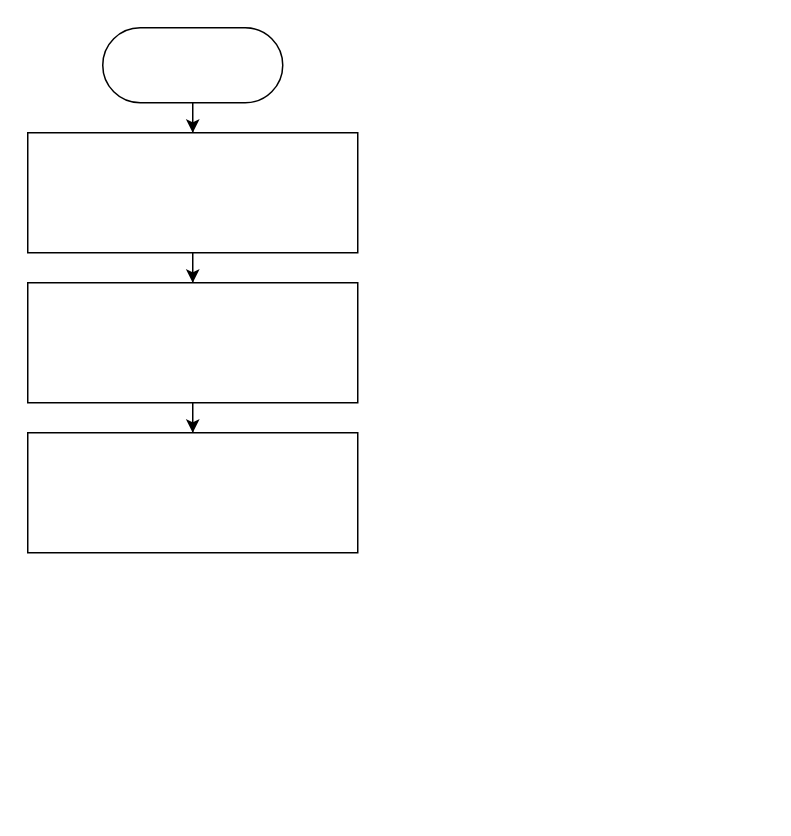
Earlier version of the draw.io diagram Untitled Diagram.drawio (YogabayuW/flowchart-proposal). Source tidied: cells renumbered, new cells numbered last; positions are measured from the earlier drawing's top-left corner, leaving out a move shared by most shapes. Both pictures are drawn from the tidied source at 150%, with x=0, y=0 at pixel (27, 27).
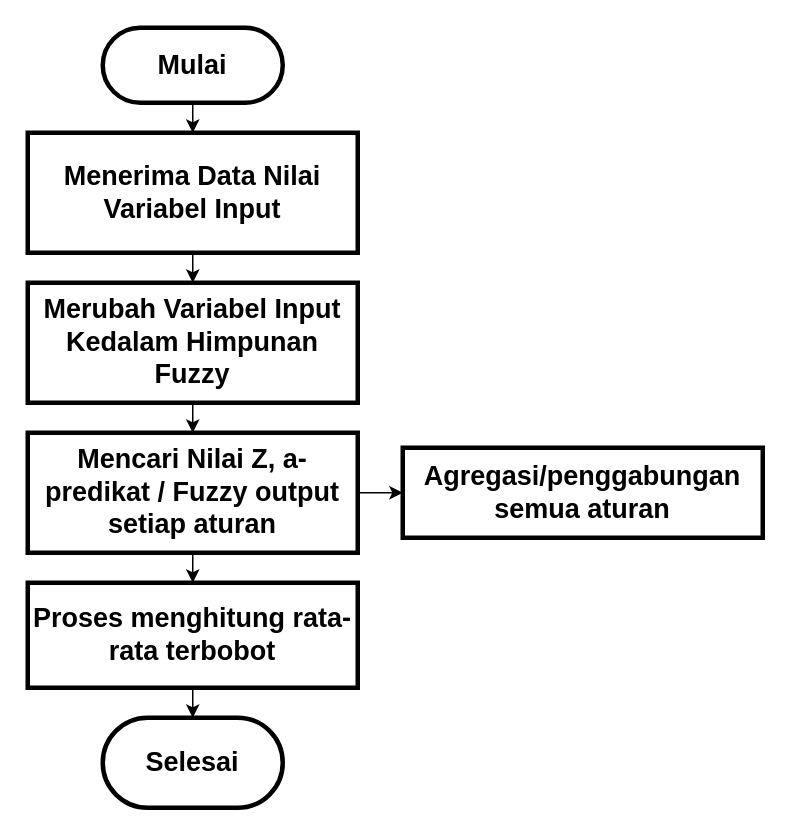
Above is the later version.

Change to the diagram source:
```diff
@@
 <mxGraphModel>
   <root>
     <mxCell id="0" />
     <mxCell id="1" parent="0" />
     <mxCell id="2" style="edgeStyle=orthogonalEdgeStyle;rounded=0;jettySize=auto;html=1;" parent="1" edge="1" source="3" target="5">
       <mxGeometry relative="1" as="geometry" />
     </mxCell>
-    <mxCell id="3" style="rounded=1;whiteSpace=wrap;html=1;arcSize=50;" parent="1" vertex="1">
+    <mxCell id="3" value="&lt;h2&gt;Mulai&lt;/h2&gt;" style="rounded=1;whiteSpace=wrap;html=1;arcSize=50;strokeWidth=3;" parent="1" vertex="1">
       <mxGeometry x="50" width="120" height="50" as="geometry" />
     </mxCell>
     <mxCell id="4" style="edgeStyle=orthogonalEdgeStyle;rounded=0;jettySize=auto;html=1;" parent="1" edge="1" source="5" target="7">
       <mxGeometry relative="1" as="geometry" />
     </mxCell>
-    <mxCell id="5" style="rounded=0;whiteSpace=wrap;html=1;" parent="1" vertex="1">
+    <mxCell id="5" value="&lt;h2&gt;Menerima Data Nilai Variabel Input&lt;/h2&gt;" style="rounded=0;whiteSpace=wrap;html=1;strokeWidth=3;" parent="1" vertex="1">
       <mxGeometry y="70" width="220" height="80" as="geometry" />
     </mxCell>
     <mxCell id="6" style="edgeStyle=orthogonalEdgeStyle;rounded=0;jettySize=auto;html=1;" parent="1" edge="1" source="7" target="8">
       <mxGeometry relative="1" as="geometry" />
     </mxCell>
-    <mxCell id="7" style="rounded=0;whiteSpace=wrap;html=1;" parent="1" vertex="1">
+    <mxCell id="7" value="&lt;h2&gt;Merubah Variabel Input Kedalam Himpunan Fuzzy&lt;/h2&gt;" style="rounded=0;whiteSpace=wrap;html=1;strokeWidth=3;" parent="1" vertex="1">
       <mxGeometry y="170" width="220" height="80" as="geometry" />
     </mxCell>
+    <mxCell id="9" style="edgeStyle=orthogonalEdgeStyle;rounded=0;jettySize=auto;html=1;" parent="1" edge="1" source="8" target="11">
+      <mxGeometry relative="1" as="geometry" />
+    </mxCell>
+    <mxCell id="10" style="edgeStyle=orthogonalEdgeStyle;rounded=0;jettySize=auto;html=1;" parent="1" edge="1" source="8" target="13">
+      <mxGeometry relative="1" as="geometry" />
+    </mxCell>
-    <mxCell id="8" style="rounded=0;whiteSpace=wrap;html=1;" parent="1" vertex="1">
+    <mxCell id="8" value="&lt;h2&gt;Mencari Nilai Z, a-predikat / Fuzzy output setiap aturan&lt;/h2&gt;" style="rounded=0;whiteSpace=wrap;html=1;strokeWidth=3;" parent="1" vertex="1">
       <mxGeometry y="270" width="220" height="80" as="geometry" />
     </mxCell>
+    <mxCell id="11" value="&lt;h2&gt;Agregasi/penggabungan semua aturan&lt;/h2&gt;" style="rounded=0;whiteSpace=wrap;html=1;strokeWidth=3;" parent="1" vertex="1">
+      <mxGeometry x="250" y="280" width="240" height="60" as="geometry" />
+    </mxCell>
+    <mxCell id="12" style="edgeStyle=orthogonalEdgeStyle;rounded=0;jettySize=auto;html=1;" parent="1" edge="1" source="13" target="14">
+      <mxGeometry relative="1" as="geometry" />
+    </mxCell>
+    <mxCell id="13" value="&lt;h2&gt;Proses menghitung rata-rata terbobot&lt;/h2&gt;" style="rounded=0;whiteSpace=wrap;html=1;strokeWidth=3;" parent="1" vertex="1">
+      <mxGeometry y="370" width="220" height="70" as="geometry" />
+    </mxCell>
+    <mxCell id="14" value="&lt;h2&gt;Selesai&lt;/h2&gt;" style="rounded=1;whiteSpace=wrap;html=1;arcSize=50;strokeWidth=3;" parent="1" vertex="1">
+      <mxGeometry x="50" y="460" width="120" height="60" as="geometry" />
+    </mxCell>
   </root>
 </mxGraphModel>
```
